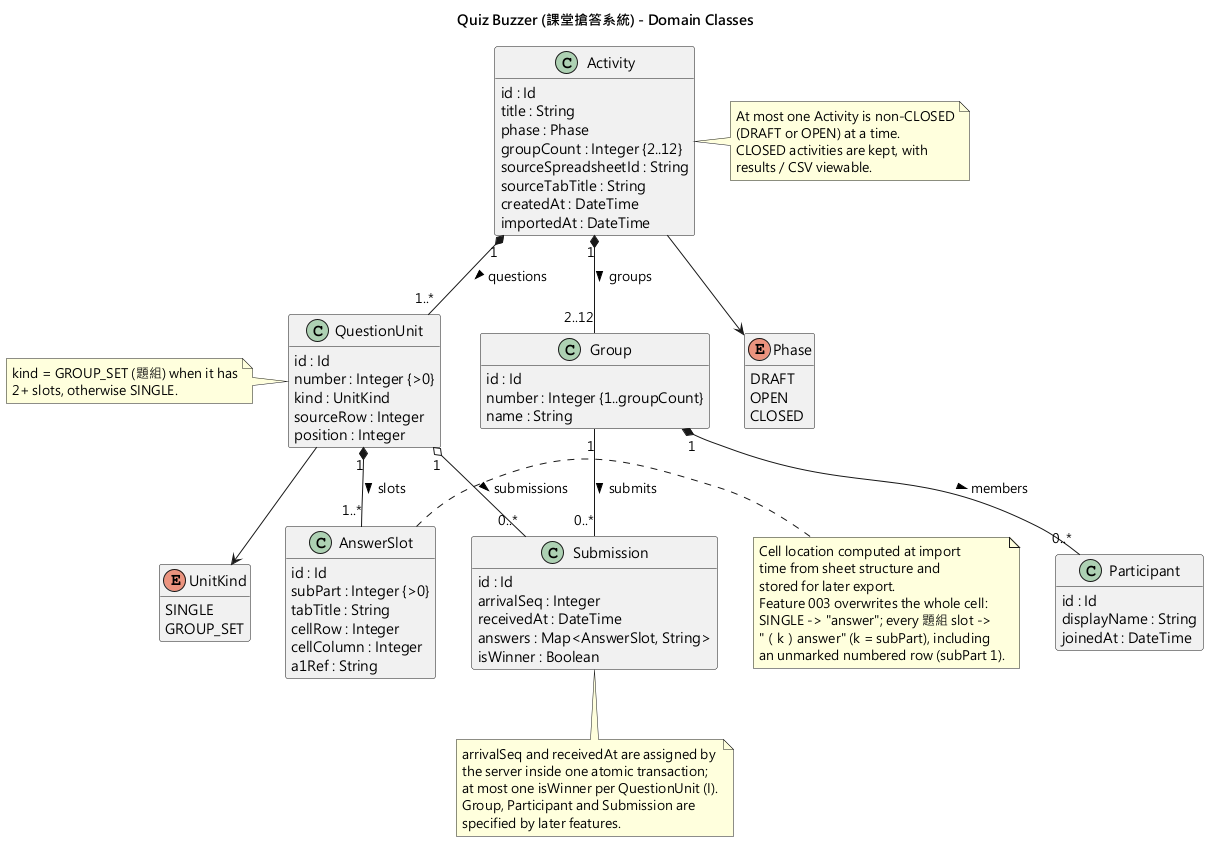
Above: diagrams/domain-class.png in WasabiSaikou/quiz-buzzer (PlantUML), before the change.
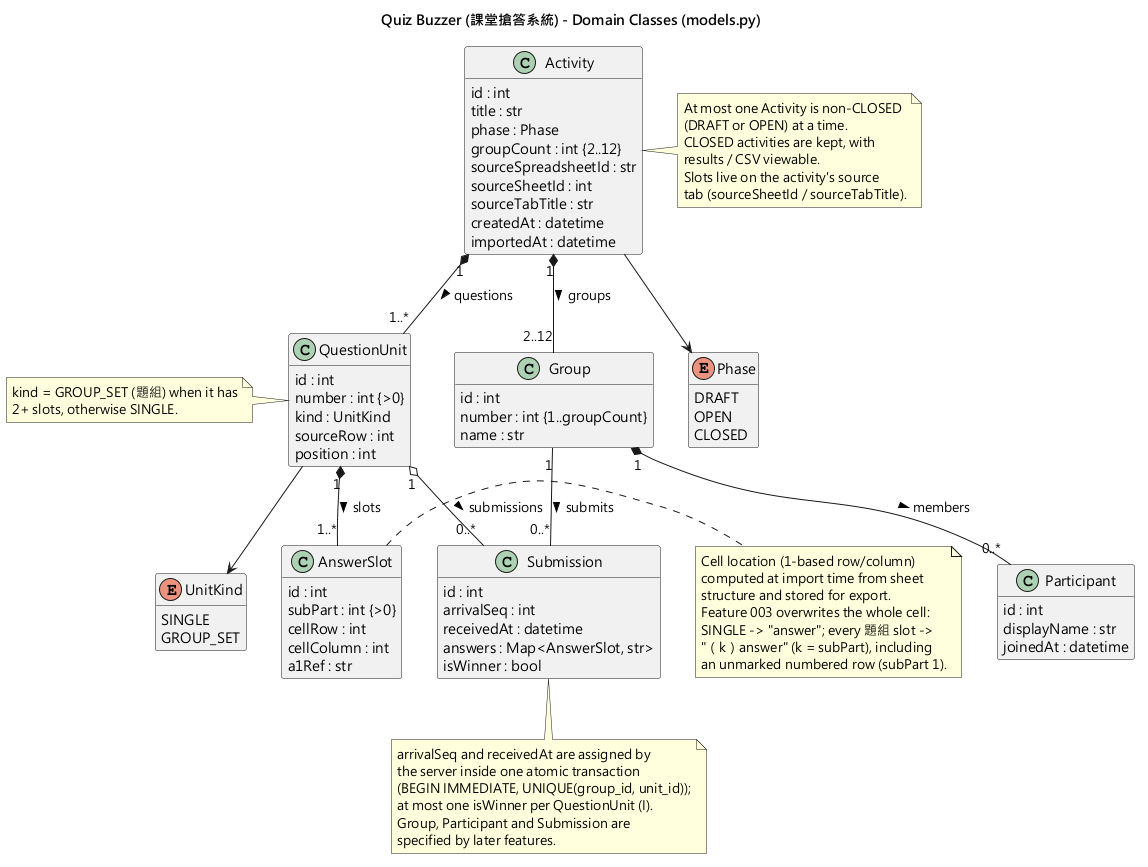
After the change.

Change to the diagram source:
```diff
@@ -1,5 +1,5 @@
 @startuml domain-class
-title Quiz Buzzer (課堂搶答系統) - Domain Classes
+title Quiz Buzzer (課堂搶答系統) - Domain Classes (models.py)
 
 skinparam shadowing false
 skinparam defaultFontName "Microsoft JhengHei"
@@ -17,51 +17,51 @@
 }
 
 class Activity {
-  id : Id
-  title : String
+  id : int
+  title : str
   phase : Phase
-  groupCount : Integer {2..12}
-  sourceSpreadsheetId : String
-  sourceTabTitle : String
-  createdAt : DateTime
-  importedAt : DateTime
+  groupCount : int {2..12}
+  sourceSpreadsheetId : str
+  sourceSheetId : int
+  sourceTabTitle : str
+  createdAt : datetime
+  importedAt : datetime
 }
 
 class QuestionUnit {
-  id : Id
-  number : Integer {>0}
+  id : int
+  number : int {>0}
   kind : UnitKind
-  sourceRow : Integer
-  position : Integer
+  sourceRow : int
+  position : int
 }
 
 class AnswerSlot {
-  id : Id
-  subPart : Integer {>0}
-  tabTitle : String
-  cellRow : Integer
-  cellColumn : Integer
-  a1Ref : String
+  id : int
+  subPart : int {>0}
+  cellRow : int
+  cellColumn : int
+  a1Ref : str
 }
 
 class Group {
-  id : Id
-  number : Integer {1..groupCount}
-  name : String
+  id : int
+  number : int {1..groupCount}
+  name : str
 }
 
 class Participant {
-  id : Id
-  displayName : String
-  joinedAt : DateTime
+  id : int
+  displayName : str
+  joinedAt : datetime
 }
 
 class Submission {
-  id : Id
-  arrivalSeq : Integer
-  receivedAt : DateTime
-  answers : Map<AnswerSlot, String>
-  isWinner : Boolean
+  id : int
+  arrivalSeq : int
+  receivedAt : datetime
+  answers : Map<AnswerSlot, str>
+  isWinner : bool
 }
 
 Activity "1" *-- "1..*" QuestionUnit : questions >
@@ -73,10 +73,19 @@
 Activity --> Phase
 QuestionUnit --> UnitKind
 
+note right of Activity
+  At most one Activity is non-CLOSED
+  (DRAFT or OPEN) at a time.
+  CLOSED activities are kept, with
+  results / CSV viewable.
+  Slots live on the activity's source
+  tab (sourceSheetId / sourceTabTitle).
+end note
+
 note right of AnswerSlot
-  Cell location computed at import
-  time from sheet structure and
-  stored for later export.
+  Cell location (1-based row/column)
+  computed at import time from sheet
+  structure and stored for export.
   Feature 003 overwrites the whole cell:
   SINGLE -> "answer"; every 題組 slot ->
   "（k）answer" (k = subPart), including
@@ -85,17 +94,11 @@
 
 note bottom of Submission
   arrivalSeq and receivedAt are assigned by
-  the server inside one atomic transaction;
+  the server inside one atomic transaction
+  (BEGIN IMMEDIATE, UNIQUE(group_id, unit_id));
   at most one isWinner per QuestionUnit (I).
   Group, Participant and Submission are
   specified by later features.
-end note
-
-note right of Activity
-  At most one Activity is non-CLOSED
-  (DRAFT or OPEN) at a time.
-  CLOSED activities are kept, with
-  results / CSV viewable.
 end note
 
 note left of QuestionUnit
```
